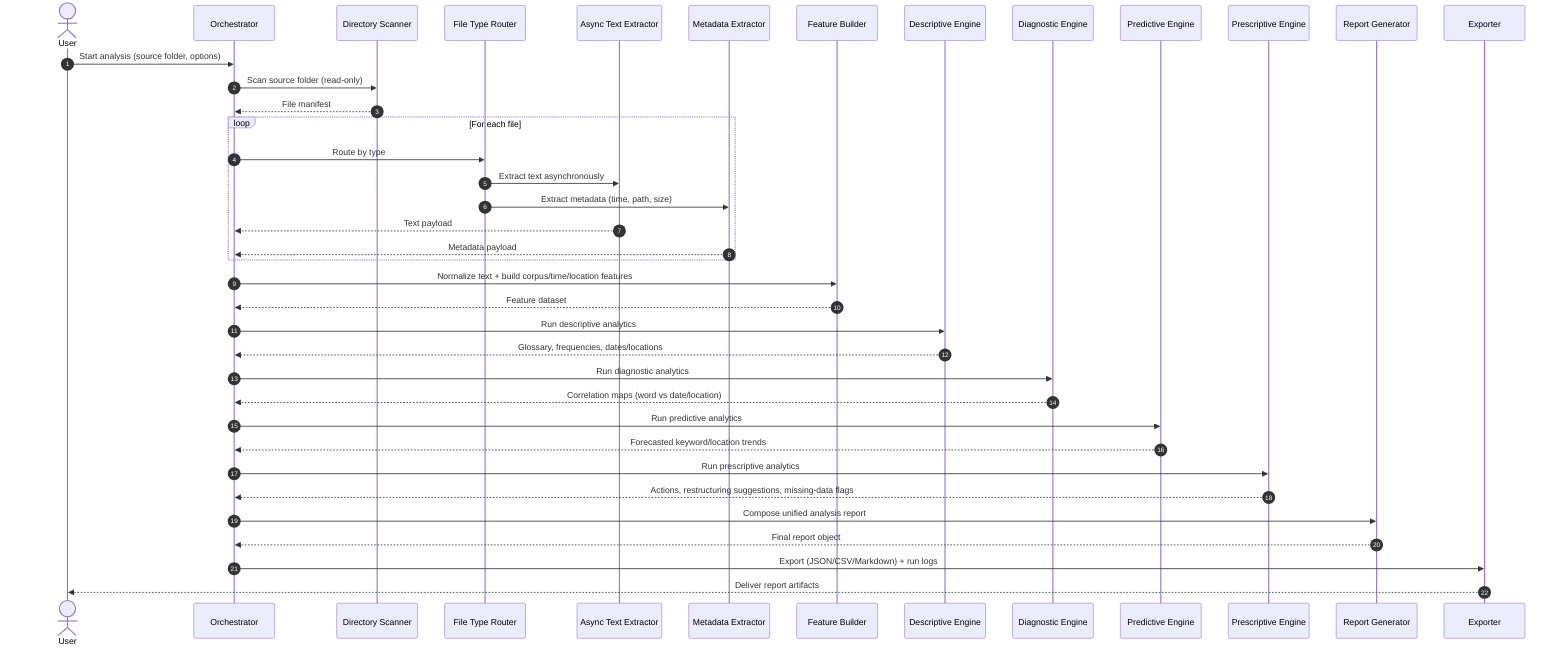
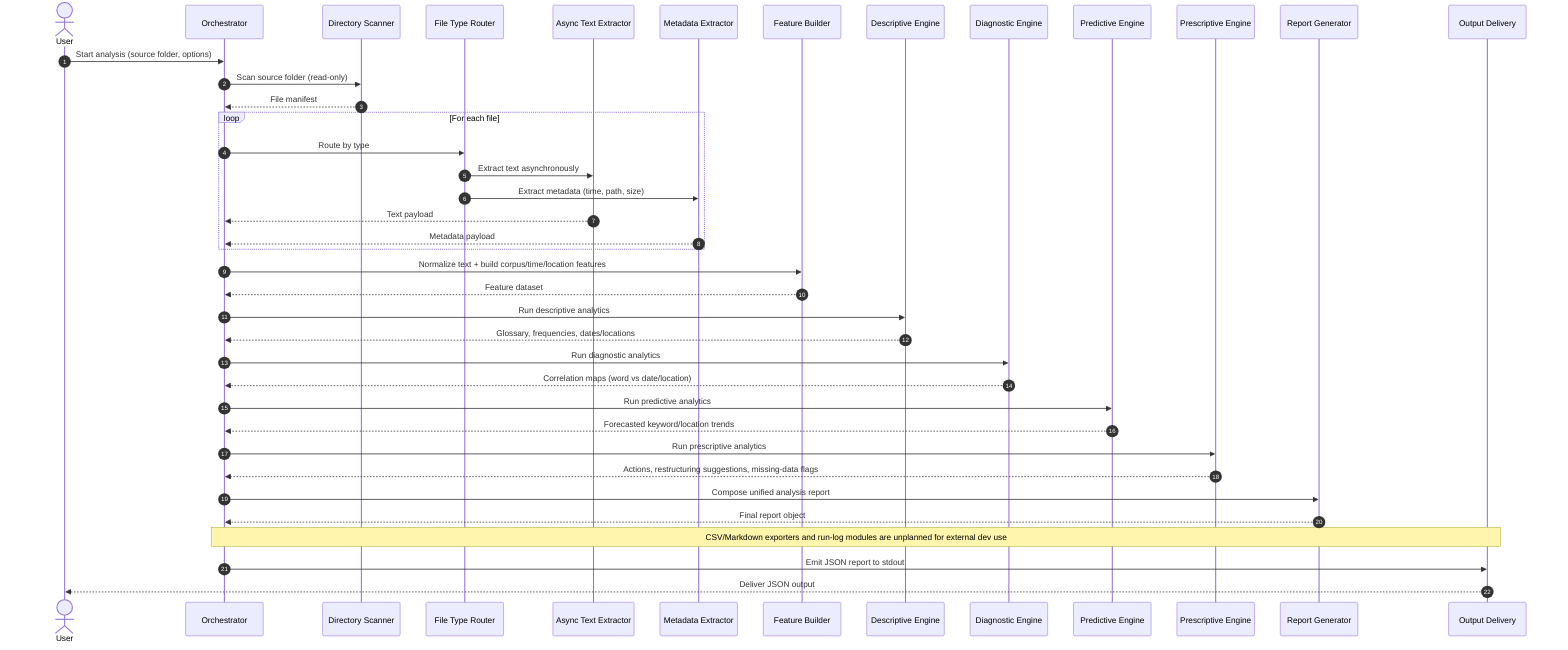
sequenceDiagram
    autonumber
    actor U as User
    participant O as Orchestrator
    participant SCN as Directory Scanner
    participant EXT as File Type Router
    participant TXT as Async Text Extractor
    participant META as Metadata Extractor
    participant FEAT as Feature Builder
    participant DES as Descriptive Engine
    participant DIA as Diagnostic Engine
    participant PRE as Predictive Engine
    participant PRS as Prescriptive Engine
    participant REP as Report Generator
-     participant OUT as Exporter
+     participant OUT as Output Delivery

    U->>O: Start analysis (source folder, options)
    O->>SCN: Scan source folder (read-only)
    SCN-->>O: File manifest

    loop For each file
        O->>EXT: Route by type
        EXT->>TXT: Extract text asynchronously
        EXT->>META: Extract metadata (time, path, size)
        TXT-->>O: Text payload
        META-->>O: Metadata payload
    end

    O->>FEAT: Normalize text + build corpus/time/location features
    FEAT-->>O: Feature dataset

    O->>DES: Run descriptive analytics
    DES-->>O: Glossary, frequencies, dates/locations

    O->>DIA: Run diagnostic analytics
    DIA-->>O: Correlation maps (word vs date/location)

    O->>PRE: Run predictive analytics
    PRE-->>O: Forecasted keyword/location trends

    O->>PRS: Run prescriptive analytics
    PRS-->>O: Actions, restructuring suggestions, missing-data flags

    O->>REP: Compose unified analysis report
    REP-->>O: Final report object

-     O->>OUT: Export (JSON/CSV/Markdown) + run logs
-     OUT-->>U: Deliver report artifacts
+     Note over O,OUT: CSV/Markdown exporters and run-log modules are unplanned for external dev use
+     O->>OUT: Emit JSON report to stdout
+     OUT-->>U: Deliver JSON output
